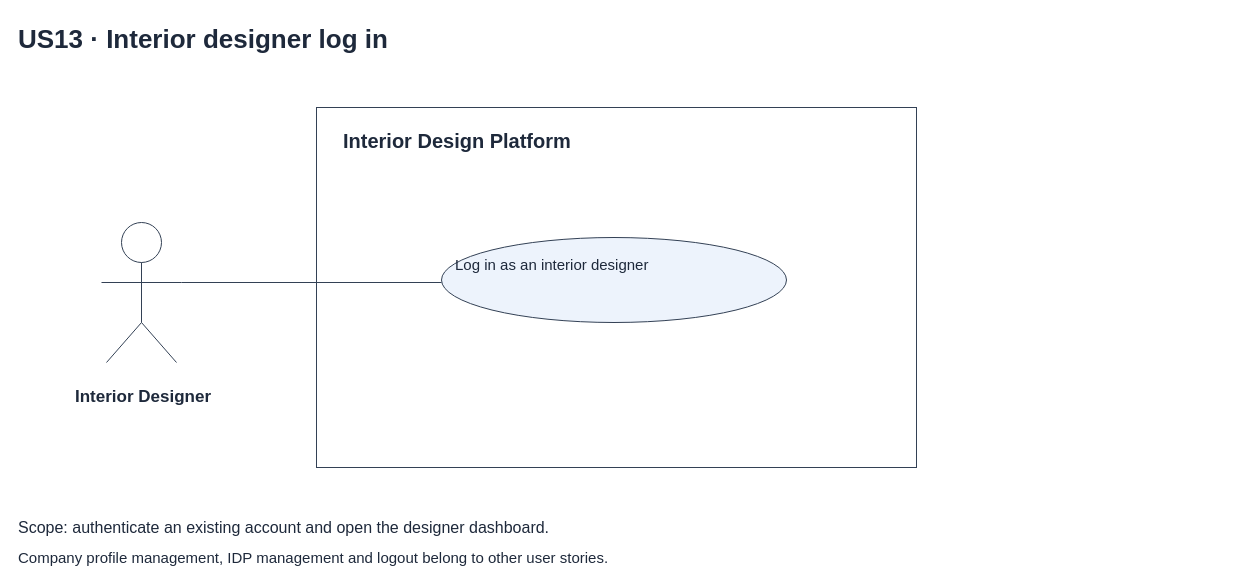
Before: page "2 Use Case Diagram" (1 of 7) of Sprint_2/US13 - Interior Designer Log in/US13 Interior designer log in.drawio in Hanzxc/CSIT314-ARCHSS, a draw.io diagram. Source tidied: cells renumbered, new cells numbered last; positions are measured from the earlier drawing's top-left corner, leaving out a move shared by most shapes. Both pictures are drawn from the tidied source at 100%, with x=0, y=0 at pixel (16, 16).
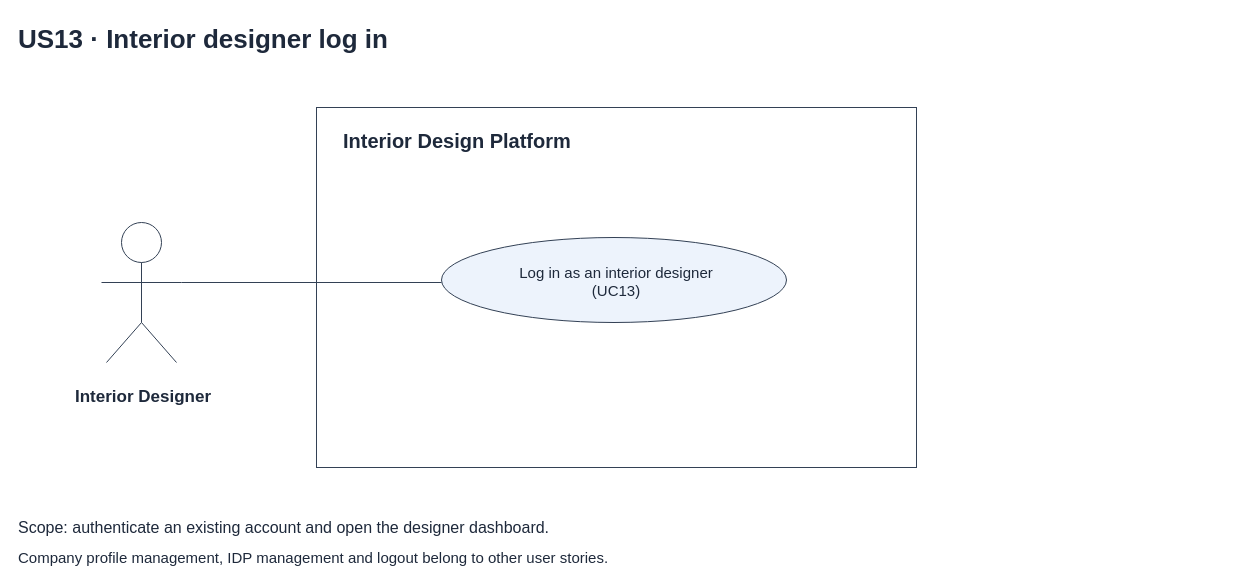
Above is the later version.

What changed in the source:
```diff
@@
-    <mxCell id="6" value="Log in as an interior designer" style="text;html=0;align=left;verticalAlign=top;fontSize=15;fontStyle=0;fontColor=#1e293b;" parent="1" vertex="1">
-      <mxGeometry x="437" y="233" width="321" height="22" as="geometry" />
+    <mxCell id="6" value="Log in as an interior designer&#10;(UC13)" style="text;html=0;align=center;verticalAlign=top;fontSize=15;fontStyle=0;fontColor=#1e293b;" parent="1" vertex="1">
+      <mxGeometry x="439.5" y="241" width="321" height="22" as="geometry" />
     </mxCell>
```
